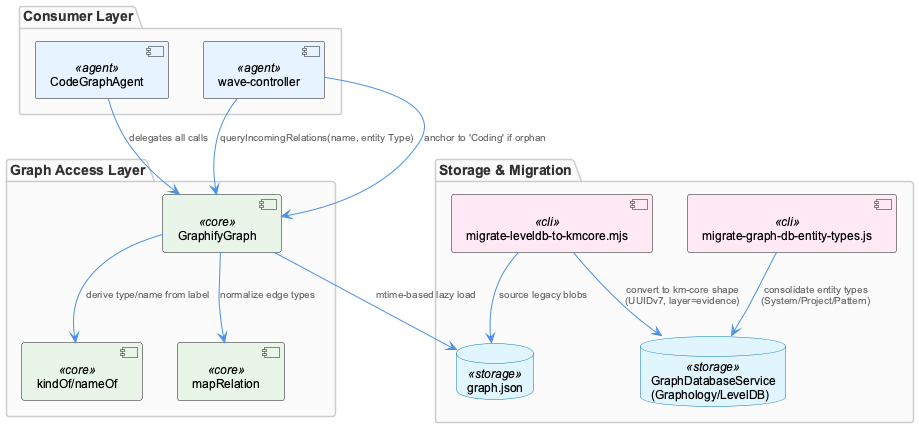
This is knowledge-management/insights/images/knowledge-management-architecture.png from fwornle/coding, a PlantUML export, as it was before one commit.
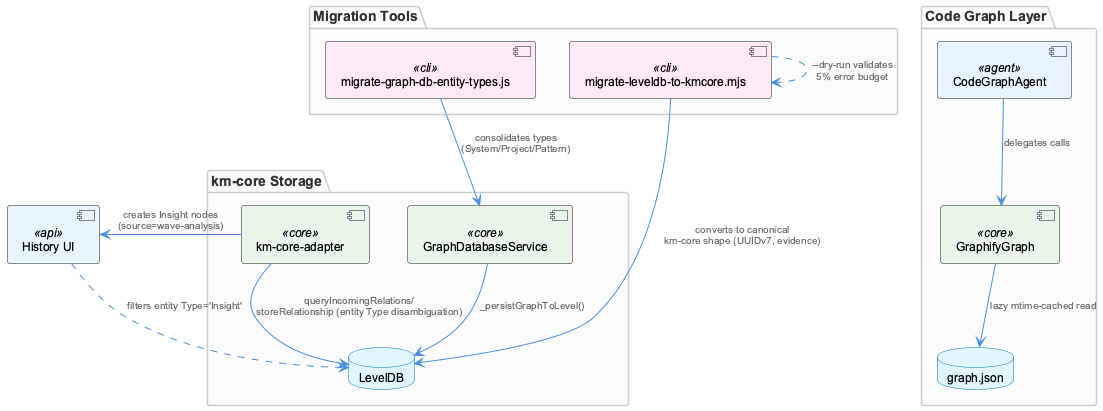
Above is the later version.

The edit, as a diff of the source:
```diff
@@ -1,34 +1,37 @@
 @startuml
 !include /Users/Q284340/Agentic/coding/docs/puml/_standard-style.puml
 
-package "Consumer Layer" {
-  component "CodeGraphAgent" as cga <<agent>>
-  component "wave-controller" as wc <<agent>>
+package "Code Graph Layer" {
+  component "GraphifyGraph" as graphify <<core>>
+  component "CodeGraphAgent" as cgagent <<agent>>
+  database "graph.json" as graphjson
 }
 
-package "Graph Access Layer" {
-  component "GraphifyGraph" as gg <<core>>
-  component "kindOf/nameOf" as helpers <<core>>
-  component "mapRelation" as mapper <<core>>
+package "km-core Storage" {
+  component "km-core-adapter" as adapter <<core>>
+  component "GraphDatabaseService" as gdbservice <<core>>
+  database "LevelDB" as leveldb
 }
 
-package "Storage & Migration" {
-  database "graph.json" as gjson <<storage>>
-  database "GraphDatabaseService\n(Graphology/LevelDB)" as gds <<storage>>
-  component "migrate-graph-db-entity-types.js" as mig1 <<cli>>
-  component "migrate-leveldb-to-kmcore.mjs" as mig2 <<cli>>
+package "Migration Tools" {
+  component "migrate-graph-db-entity-types.js" as migtypes <<cli>>
+  component "migrate-leveldb-to-kmcore.mjs" as migkmcore <<cli>>
 }
 
-cga --> gg : "delegates all calls"
-gg --> gjson : "mtime-based lazy load"
-gg --> helpers : "derive type/name from label"
-gg --> mapper : "normalize edge types"
+component "History UI" as historyui <<api>>
 
-wc --> gg : "queryIncomingRelations(name, entity Type)"
-wc --> gg : "anchor to 'Coding' if orphan"
+cgagent --> graphify : delegates calls
+graphify --> graphjson : "lazy mtime-cached read"
 
-mig1 --> gds : "consolidate entity types\n(System/Project/Pattern)"
-mig2 --> gds : "convert to km-core shape\n(UUIDv7, layer=evidence)"
-mig2 --> gjson : "source legacy blobs"
+adapter --> leveldb : queryIncomingRelations/\nstoreRelationship (entity Type disambiguation)
+adapter --> historyui : creates Insight nodes\n(source=wave-analysis)
+
+migtypes --> gdbservice : consolidates types\n(System/Project/Pattern)
+gdbservice --> leveldb : _persistGraphToLevel()
+
+migkmcore --> leveldb : converts to canonical\nkm-core shape (UUIDv7, evidence)
+migkmcore ..> migkmcore : "--dry-run validates\n5% error budget"
+
+historyui ..> leveldb : filters entity Type='Insight'
 
 @enduml
```
